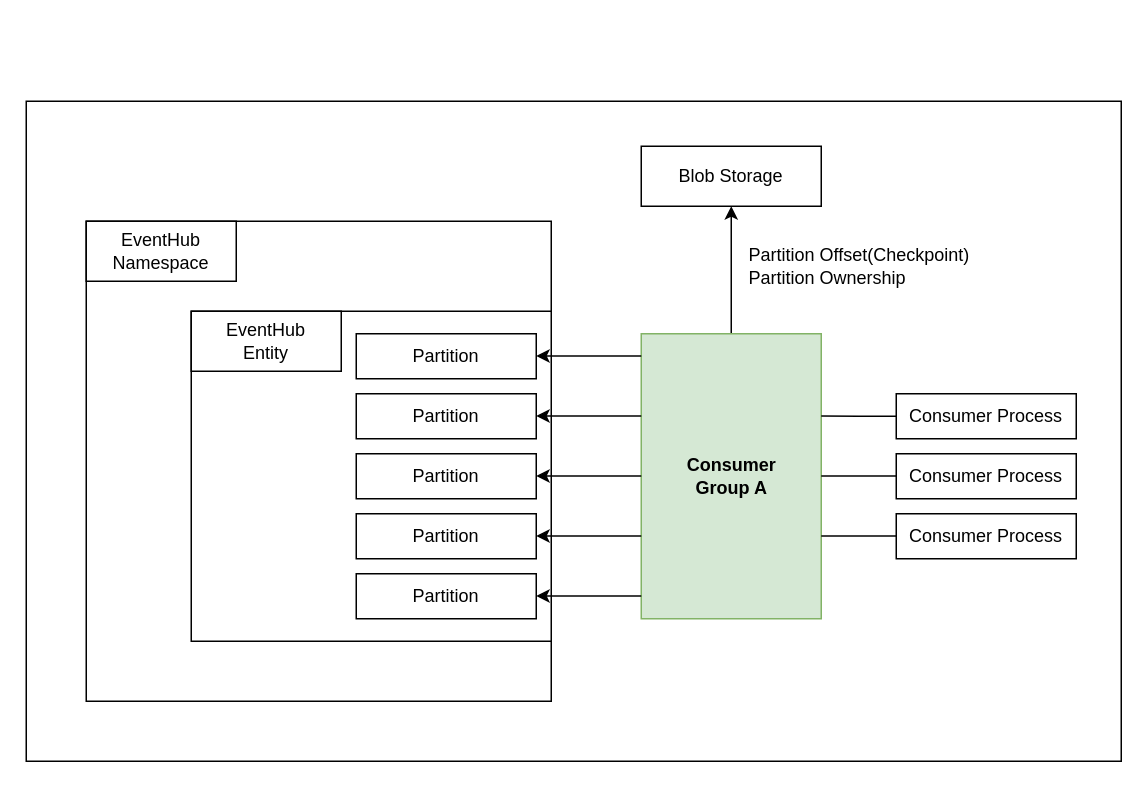
hyukjuns/iot-eventhub-message-processing keeps this draw.io diagram as page "Eventhub" (3 of 5) of diagram/IoT.drawio. Above is the earlier version. Source tidied: cells renumbered, new cells numbered last; positions are measured from the earlier drawing's top-left corner, leaving out a move shared by most shapes. Both pictures are drawn from the tidied source at 150%, with x=0, y=0 at pixel (26, 100).
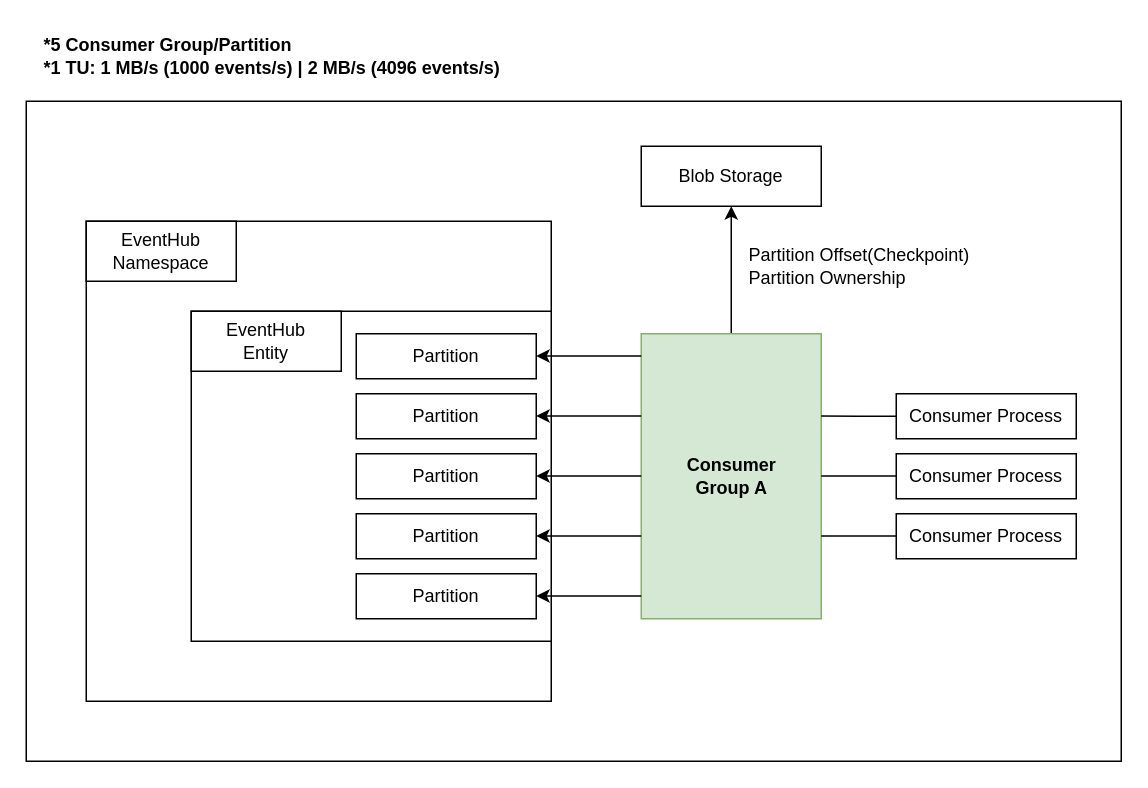
The same page after the edit.

The edit, as a diff of the source:
```diff
@@
+    <mxCell id="28" value="*5 Consumer Group/Partition&lt;div&gt;*1 TU: 1 MB/s (1000 events/s) | 2 MB/s (4096 events/s)&lt;/div&gt;" style="text;html=1;align=left;verticalAlign=middle;strokeColor=none;fillColor=none;fontStyle=1;" parent="1" vertex="1">
+      <mxGeometry x="10" y="-50" width="320" height="40" as="geometry" />
+    </mxCell>
```
